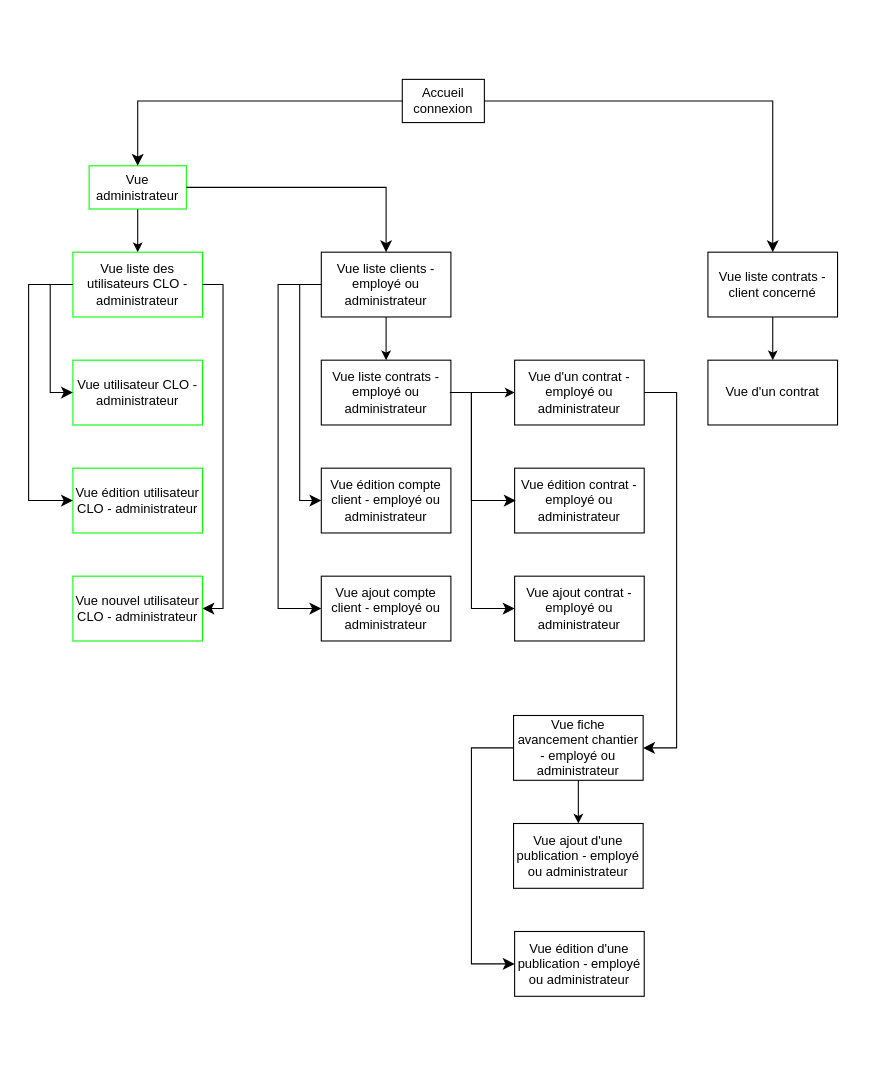
Above: specifications fonctionnelles.drawio in Georges-github/Stage_chez_CLO (draw.io), before the change. Source tidied: cells renumbered, new cells numbered last; positions are measured from the earlier drawing's top-left corner, leaving out a move shared by most shapes. Both pictures are drawn from the tidied source at 108%, with x=0, y=0 at pixel (28, 79).
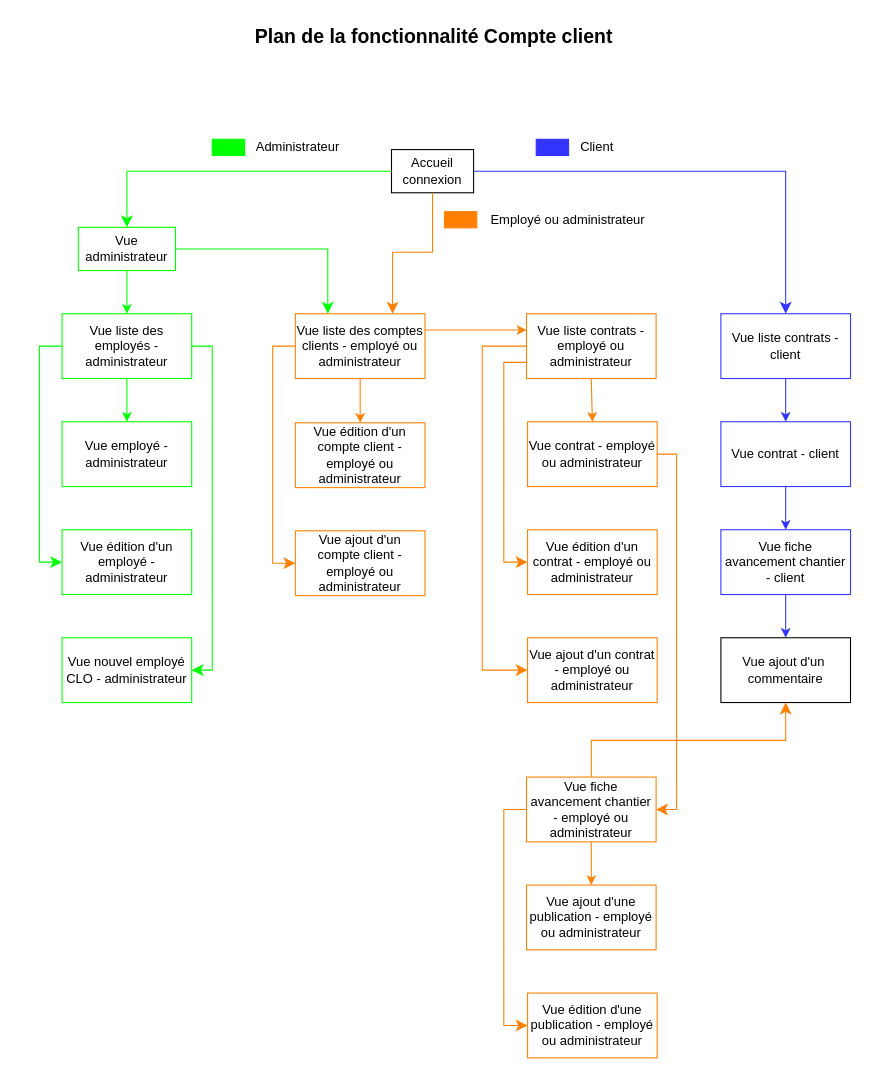
The same diagram, later.

Commit message (it also covers changes not shown here):
Suite du cahier de charges. Diverses corrections Figma, et specifications fonctionnelles.

Change to the diagram source:
```diff
@@
     <mxCell id="2" value="Accueil connexion" style="rounded=0;whiteSpace=wrap;html=1;" parent="1" vertex="1">
-      <mxGeometry x="346" width="76" height="40" as="geometry" />
+      <mxGeometry x="336" y="65" width="76" height="40" as="geometry" />
     </mxCell>
-    <mxCell id="3" style="edgeStyle=none;html=1;entryX=0.5;entryY=0;entryDx=0;entryDy=0;" parent="1" edge="1" source="4" target="5">
+    <mxCell id="3" style="edgeStyle=none;html=1;entryX=0.5;entryY=0;entryDx=0;entryDy=0;strokeColor=#00FF00;" parent="1" edge="1" source="4" target="5">
       <mxGeometry relative="1" as="geometry" />
     </mxCell>
     <mxCell id="4" value="Vue administrateur" style="rounded=0;whiteSpace=wrap;html=1;strokeColor=#00FF00;" parent="1" vertex="1">
-      <mxGeometry x="56" y="80" width="90" height="40" as="geometry" />
+      <mxGeometry x="46" y="137" width="90" height="40" as="geometry" />
     </mxCell>
+    <mxCell id="37" style="edgeStyle=none;html=1;exitX=0.5;exitY=1;exitDx=0;exitDy=0;strokeColor=#00FF00;" parent="1" edge="1" source="5" target="7">
+      <mxGeometry relative="1" as="geometry" />
+    </mxCell>
-    <mxCell id="5" value="Vue liste des utilisateurs CLO - administrateur" style="rounded=0;whiteSpace=wrap;html=1;strokeColor=#00FF00;" parent="1" vertex="1">
-      <mxGeometry x="41" y="160" width="120" height="60" as="geometry" />
+    <mxCell id="5" value="Vue liste des employés - administrateur" style="rounded=0;whiteSpace=wrap;html=1;strokeColor=#00FF00;" parent="1" vertex="1">
+      <mxGeometry x="31" y="217" width="120" height="60" as="geometry" />
     </mxCell>
-    <mxCell id="6" value="Vue édition utilisateur CLO - administrateur" style="rounded=0;whiteSpace=wrap;html=1;strokeColor=#00FF00;" parent="1" vertex="1">
-      <mxGeometry x="41" y="360" width="120" height="60" as="geometry" />
+    <mxCell id="6" value="Vue édition d'un employé&amp;nbsp;&lt;span style=&quot;background-color: transparent;&quot;&gt;- administrateur&lt;/span&gt;" style="rounded=0;whiteSpace=wrap;html=1;strokeColor=#00FF00;" parent="1" vertex="1">
+      <mxGeometry x="31" y="417" width="120" height="60" as="geometry" />
     </mxCell>
-    <mxCell id="7" value="Vue utilisateur CLO - administrateur" style="rounded=0;whiteSpace=wrap;html=1;strokeColor=#00FF00;" parent="1" vertex="1">
-      <mxGeometry x="41" y="260" width="120" height="60" as="geometry" />
+    <mxCell id="7" value="Vue employé - administrateur" style="rounded=0;whiteSpace=wrap;html=1;strokeColor=#00FF00;" parent="1" vertex="1">
+      <mxGeometry x="31" y="317" width="120" height="60" as="geometry" />
     </mxCell>
+    <mxCell id="38" style="edgeStyle=none;html=1;exitX=0.5;exitY=1;exitDx=0;exitDy=0;entryX=0.5;entryY=0;entryDx=0;entryDy=0;strokeColor=#FF8000;" parent="1" edge="1" source="9" target="17">
+      <mxGeometry relative="1" as="geometry" />
+    </mxCell>
-    <mxCell id="8" style="edgeStyle=none;html=1;" parent="1" edge="1" source="9" target="16">
+    <mxCell id="8" style="edgeStyle=none;html=1;exitX=1;exitY=0.25;exitDx=0;exitDy=0;entryX=0;entryY=0.25;entryDx=0;entryDy=0;strokeColor=#FF8000;" parent="1" edge="1" source="9" target="16">
       <mxGeometry relative="1" as="geometry" />
     </mxCell>
-    <mxCell id="9" value="Vue liste clients - employé ou administrateur" style="rounded=0;whiteSpace=wrap;html=1;" parent="1" vertex="1">
-      <mxGeometry x="271" y="160" width="120" height="60" as="geometry" />
+    <mxCell id="9" value="Vue liste des comptes clients - employé ou administrateur" style="rounded=0;whiteSpace=wrap;html=1;strokeColor=#FF8000;" parent="1" vertex="1">
+      <mxGeometry x="247" y="217" width="120" height="60" as="geometry" />
     </mxCell>
-    <mxCell id="10" style="edgeStyle=elbowEdgeStyle;elbow=horizontal;endArrow=classic;html=1;curved=0;rounded=0;endSize=8;startSize=8;exitX=0;exitY=0.5;exitDx=0;exitDy=0;" parent="1" edge="1" source="5">
-      <mxGeometry relative="1" as="geometry">
-        <mxPoint x="41" y="290" as="targetPoint" />
-        <Array as="points">
-          <mxPoint x="20" y="240" />
-        </Array>
-      </mxGeometry>
-    </mxCell>
-    <mxCell id="11" value="Vue nouvel utilisateur CLO - administrateur" style="rounded=0;whiteSpace=wrap;html=1;strokeColor=#00FF00;" parent="1" vertex="1">
-      <mxGeometry x="41" y="460" width="120" height="60" as="geometry" />
+    <mxCell id="11" value="Vue nouvel employé CLO - administrateur" style="rounded=0;whiteSpace=wrap;html=1;strokeColor=#00FF00;" parent="1" vertex="1">
+      <mxGeometry x="31" y="517" width="120" height="60" as="geometry" />
     </mxCell>
-    <mxCell id="12" style="edgeStyle=elbowEdgeStyle;elbow=horizontal;endArrow=classic;html=1;curved=0;rounded=0;endSize=8;startSize=8;exitX=0;exitY=0.5;exitDx=0;exitDy=0;" parent="1" edge="1" source="5">
+    <mxCell id="12" style="edgeStyle=elbowEdgeStyle;elbow=horizontal;endArrow=classic;html=1;curved=0;rounded=0;endSize=8;startSize=8;exitX=0;exitY=0.5;exitDx=0;exitDy=0;strokeColor=#00FF00;" parent="1" edge="1" source="5">
       <mxGeometry relative="1" as="geometry">
-        <mxPoint x="41" y="390" as="targetPoint" />
+        <mxPoint x="31" y="447" as="targetPoint" />
         <Array as="points">
-          <mxPoint y="290" />
+          <mxPoint x="10" y="350" />
         </Array>
       </mxGeometry>
     </mxCell>
-    <mxCell id="13" style="edgeStyle=elbowEdgeStyle;elbow=horizontal;endArrow=classic;html=1;curved=0;rounded=0;endSize=8;startSize=8;entryX=1;entryY=0.5;entryDx=0;entryDy=0;exitX=1;exitY=0.5;exitDx=0;exitDy=0;" parent="1" edge="1" source="5" target="11">
+    <mxCell id="13" style="edgeStyle=elbowEdgeStyle;elbow=horizontal;endArrow=classic;html=1;curved=0;rounded=0;endSize=8;startSize=8;entryX=1;entryY=0.5;entryDx=0;entryDy=0;exitX=1;exitY=0.5;exitDx=0;exitDy=0;strokeColor=#00FF00;" parent="1" edge="1" source="5" target="11">
       <mxGeometry relative="1" as="geometry">
         <Array as="points">
-          <mxPoint x="180" y="340" />
+          <mxPoint x="170" y="397" />
         </Array>
       </mxGeometry>
     </mxCell>
-    <mxCell id="14" style="edgeStyle=elbowEdgeStyle;elbow=vertical;endArrow=classic;html=1;curved=0;rounded=0;endSize=8;startSize=8;entryX=0.5;entryY=0;entryDx=0;entryDy=0;exitX=1;exitY=0.5;exitDx=0;exitDy=0;" parent="1" edge="1" source="4" target="9">
+    <mxCell id="14" style="edgeStyle=elbowEdgeStyle;elbow=vertical;endArrow=classic;html=1;curved=0;rounded=0;endSize=8;startSize=8;exitX=0.5;exitY=1;exitDx=0;exitDy=0;strokeColor=#FF8000;entryX=0.75;entryY=0;entryDx=0;entryDy=0;" parent="1" edge="1" source="2" target="9">
       <mxGeometry relative="1" as="geometry">
         <Array as="points">
-          <mxPoint x="220" y="100" />
+          <mxPoint x="350" y="160" />
         </Array>
       </mxGeometry>
     </mxCell>
-    <mxCell id="15" style="edgeStyle=none;html=1;exitX=1;exitY=0.5;exitDx=0;exitDy=0;entryX=0;entryY=0.5;entryDx=0;entryDy=0;" parent="1" edge="1" source="16" target="25">
+    <mxCell id="15" style="edgeStyle=none;html=1;exitX=0.5;exitY=1;exitDx=0;exitDy=0;entryX=0.5;entryY=0;entryDx=0;entryDy=0;strokeColor=#FF8000;" parent="1" edge="1" source="16" target="25">
       <mxGeometry relative="1" as="geometry" />
     </mxCell>
-    <mxCell id="16" value="Vue liste contrats - employé ou administrateur" style="rounded=0;whiteSpace=wrap;html=1;" parent="1" vertex="1">
-      <mxGeometry x="271" y="260" width="120" height="60" as="geometry" />
+    <mxCell id="16" value="Vue liste contrats - employé ou administrateur" style="rounded=0;whiteSpace=wrap;html=1;strokeColor=#FF8000;" parent="1" vertex="1">
+      <mxGeometry x="461" y="217" width="120" height="60" as="geometry" />
     </mxCell>
-    <mxCell id="17" value="Vue édition compte client - employé ou administrateur" style="rounded=0;whiteSpace=wrap;html=1;" parent="1" vertex="1">
-      <mxGeometry x="271" y="360" width="120" height="60" as="geometry" />
+    <mxCell id="17" value="Vue édition d'un compte client - employé ou administrateur" style="rounded=0;whiteSpace=wrap;html=1;strokeColor=#FF8000;" parent="1" vertex="1">
+      <mxGeometry x="247" y="318" width="120" height="60" as="geometry" />
     </mxCell>
-    <mxCell id="18" style="edgeStyle=elbowEdgeStyle;elbow=horizontal;endArrow=classic;html=1;curved=0;rounded=0;endSize=8;startSize=8;exitX=0;exitY=0.5;exitDx=0;exitDy=0;" parent="1" edge="1" source="9">
-      <mxGeometry relative="1" as="geometry">
-        <mxPoint x="271" y="390" as="targetPoint" />
-        <Array as="points">
-          <mxPoint x="251" y="290" />
-        </Array>
-      </mxGeometry>
-    </mxCell>
-    <mxCell id="19" value="Vue ajout compte client - employé ou administrateur" style="rounded=0;whiteSpace=wrap;html=1;" parent="1" vertex="1">
-      <mxGeometry x="271" y="460" width="120" height="60" as="geometry" />
+    <mxCell id="19" value="Vue ajout d'un compte client - employé ou administrateur" style="rounded=0;whiteSpace=wrap;html=1;strokeColor=#FF8000;" parent="1" vertex="1">
+      <mxGeometry x="247" y="418" width="120" height="60" as="geometry" />
     </mxCell>
-    <mxCell id="20" style="edgeStyle=elbowEdgeStyle;elbow=horizontal;endArrow=classic;html=1;curved=0;rounded=0;endSize=8;startSize=8;exitX=0;exitY=0.5;exitDx=0;exitDy=0;" parent="1" edge="1" source="9">
+    <mxCell id="20" style="edgeStyle=elbowEdgeStyle;elbow=horizontal;endArrow=classic;html=1;curved=0;rounded=0;endSize=8;startSize=8;exitX=0;exitY=0.5;exitDx=0;exitDy=0;entryX=0;entryY=0.5;entryDx=0;entryDy=0;strokeColor=#FF8000;" parent="1" edge="1" source="9" target="19">
       <mxGeometry relative="1" as="geometry">
-        <mxPoint x="271" y="490" as="targetPoint" />
         <Array as="points">
-          <mxPoint x="231" y="520" />
+          <mxPoint x="226" y="350" />
         </Array>
       </mxGeometry>
     </mxCell>
-    <mxCell id="21" style="edgeStyle=none;html=1;entryX=0.5;entryY=0;entryDx=0;entryDy=0;" parent="1" edge="1" source="22" target="30">
+    <mxCell id="21" style="edgeStyle=none;html=1;entryX=0.5;entryY=0;entryDx=0;entryDy=0;strokeColor=#3333FF;" parent="1" edge="1" source="22" target="30">
       <mxGeometry relative="1" as="geometry" />
     </mxCell>
-    <mxCell id="22" value="Vue liste contrats - client concerné" style="rounded=0;whiteSpace=wrap;html=1;" parent="1" vertex="1">
-      <mxGeometry x="629" y="160" width="120" height="60" as="geometry" />
+    <mxCell id="22" value="Vue liste contrats - client" style="rounded=0;whiteSpace=wrap;html=1;strokeColor=#3333FF;" parent="1" vertex="1">
+      <mxGeometry x="641" y="217" width="120" height="60" as="geometry" />
     </mxCell>
-    <mxCell id="23" style="edgeStyle=elbowEdgeStyle;elbow=horizontal;endArrow=classic;html=1;curved=0;rounded=0;endSize=8;startSize=8;entryX=0.5;entryY=0;entryDx=0;entryDy=0;exitX=0;exitY=0.5;exitDx=0;exitDy=0;" parent="1" edge="1" source="2" target="4">
+    <mxCell id="23" style="edgeStyle=elbowEdgeStyle;elbow=horizontal;endArrow=classic;html=1;curved=0;rounded=0;endSize=8;startSize=8;entryX=0.5;entryY=0;entryDx=0;entryDy=0;exitX=0;exitY=0.5;exitDx=0;exitDy=0;strokeColor=#00FF00;" parent="1" edge="1" source="2" target="4">
       <mxGeometry relative="1" as="geometry">
         <Array as="points">
-          <mxPoint x="101" y="20" />
+          <mxPoint x="91" y="77" />
         </Array>
       </mxGeometry>
     </mxCell>
-    <mxCell id="24" value="&lt;span style=&quot;color: rgb(0, 0, 0);&quot;&gt;Vue édition contrat - employé ou administrateur&lt;/span&gt;" style="rounded=0;whiteSpace=wrap;html=1;" parent="1" vertex="1">
-      <mxGeometry x="450" y="360" width="120" height="60" as="geometry" />
+    <mxCell id="24" value="&lt;span style=&quot;color: rgb(0, 0, 0);&quot;&gt;Vue édition d'un contrat - employé ou administrateur&lt;/span&gt;" style="rounded=0;whiteSpace=wrap;html=1;strokeColor=#FF8000;" parent="1" vertex="1">
+      <mxGeometry x="462" y="417" width="120" height="60" as="geometry" />
     </mxCell>
-    <mxCell id="25" value="&lt;span style=&quot;color: rgb(0, 0, 0);&quot;&gt;Vue d'un contrat - employé ou administrateur&lt;/span&gt;" style="rounded=0;whiteSpace=wrap;html=1;" parent="1" vertex="1">
-      <mxGeometry x="450" y="260" width="120" height="60" as="geometry" />
+    <mxCell id="25" value="&lt;span style=&quot;color: rgb(0, 0, 0);&quot;&gt;Vue contrat - employé ou administrateur&lt;/span&gt;" style="rounded=0;whiteSpace=wrap;html=1;strokeColor=#FF8000;" parent="1" vertex="1">
+      <mxGeometry x="462" y="317" width="120" height="60" as="geometry" />
     </mxCell>
-    <mxCell id="26" style="edgeStyle=elbowEdgeStyle;elbow=horizontal;endArrow=classic;html=1;curved=0;rounded=0;endSize=8;startSize=8;" parent="1" edge="1">
-      <mxGeometry relative="1" as="geometry">
-        <mxPoint x="390" y="290" as="sourcePoint" />
-        <mxPoint x="451" y="390" as="targetPoint" />
-        <Array as="points">
-          <mxPoint x="410" y="340" />
-        </Array>
-      </mxGeometry>
-    </mxCell>
-    <mxCell id="27" style="edgeStyle=elbowEdgeStyle;elbow=vertical;endArrow=classic;html=1;curved=0;rounded=0;endSize=8;startSize=8;exitX=1;exitY=0.5;exitDx=0;exitDy=0;entryX=0.5;entryY=0;entryDx=0;entryDy=0;" parent="1" edge="1" source="2" target="22">
-      <mxGeometry relative="1" as="geometry">
-        <Array as="points">
-          <mxPoint x="550" y="20" />
-        </Array>
-      </mxGeometry>
-    </mxCell>
-    <mxCell id="28" value="&lt;span style=&quot;color: rgb(0, 0, 0);&quot;&gt;Vue ajout contrat - employé ou administrateur&lt;/span&gt;" style="rounded=0;whiteSpace=wrap;html=1;" parent="1" vertex="1">
-      <mxGeometry x="450" y="460" width="120" height="60" as="geometry" />
+    <mxCell id="28" value="&lt;span style=&quot;color: rgb(0, 0, 0);&quot;&gt;Vue ajout d'un contrat - employé ou administrateur&lt;/span&gt;" style="rounded=0;whiteSpace=wrap;html=1;strokeColor=#FF8000;" parent="1" vertex="1">
+      <mxGeometry x="462" y="517" width="120" height="60" as="geometry" />
     </mxCell>
-    <mxCell id="29" style="edgeStyle=elbowEdgeStyle;elbow=horizontal;endArrow=classic;html=1;curved=0;rounded=0;endSize=8;startSize=8;exitX=1;exitY=0.5;exitDx=0;exitDy=0;entryX=0;entryY=0.5;entryDx=0;entryDy=0;" parent="1" edge="1" source="16" target="28">
-      <mxGeometry relative="1" as="geometry">
-        <Array as="points">
-          <mxPoint x="410" y="390" />
-        </Array>
-      </mxGeometry>
-    </mxCell>
+    <mxCell id="39" style="edgeStyle=none;html=1;exitX=0.5;exitY=1;exitDx=0;exitDy=0;entryX=0.5;entryY=0;entryDx=0;entryDy=0;strokeColor=#3333FF;" parent="1" edge="1" source="30" target="41">
+      <mxGeometry relative="1" as="geometry" />
+    </mxCell>
-    <mxCell id="30" value="Vue d'un contrat" style="rounded=0;whiteSpace=wrap;html=1;" parent="1" vertex="1">
-      <mxGeometry x="629" y="260" width="120" height="60" as="geometry" />
+    <mxCell id="30" value="Vue contrat - client" style="rounded=0;whiteSpace=wrap;html=1;strokeColor=#3333FF;" parent="1" vertex="1">
+      <mxGeometry x="641" y="317" width="120" height="60" as="geometry" />
     </mxCell>
-    <mxCell id="31" style="edgeStyle=none;html=1;" parent="1" edge="1" source="32" target="34">
+    <mxCell id="31" style="edgeStyle=none;html=1;strokeColor=#FF8000;" parent="1" edge="1" source="32" target="34">
       <mxGeometry relative="1" as="geometry" />
     </mxCell>
-    <mxCell id="32" value="Vue fiche avancement chantier - employé ou administrateur" style="rounded=0;whiteSpace=wrap;html=1;" parent="1" vertex="1">
-      <mxGeometry x="449" y="589" width="120" height="60" as="geometry" />
+    <mxCell id="32" value="Vue fiche avancement chantier - employé ou administrateur" style="rounded=0;whiteSpace=wrap;html=1;strokeColor=#FF8000;" parent="1" vertex="1">
+      <mxGeometry x="461" y="646" width="120" height="60" as="geometry" />
     </mxCell>
-    <mxCell id="33" style="edgeStyle=elbowEdgeStyle;elbow=horizontal;endArrow=classic;html=1;curved=0;rounded=0;endSize=8;startSize=8;exitX=1;exitY=0.5;exitDx=0;exitDy=0;entryX=1;entryY=0.5;entryDx=0;entryDy=0;" parent="1" edge="1" source="25" target="32">
+    <mxCell id="33" style="edgeStyle=elbowEdgeStyle;elbow=horizontal;endArrow=classic;html=1;curved=0;rounded=0;endSize=8;startSize=8;exitX=1;exitY=0.5;exitDx=0;exitDy=0;entryX=1;entryY=0.5;entryDx=0;entryDy=0;strokeColor=#FF8000;" parent="1" edge="1" source="25" target="32">
       <mxGeometry relative="1" as="geometry">
         <Array as="points">
-          <mxPoint x="600" y="440" />
+          <mxPoint x="600" y="510" />
         </Array>
       </mxGeometry>
     </mxCell>
-    <mxCell id="34" value="Vue ajout d'une publication - employé ou administrateur" style="rounded=0;whiteSpace=wrap;html=1;" parent="1" vertex="1">
-      <mxGeometry x="449" y="689" width="120" height="60" as="geometry" />
+    <mxCell id="34" value="Vue ajout d'une publication - employé ou administrateur" style="rounded=0;whiteSpace=wrap;html=1;strokeColor=#FF8000;" parent="1" vertex="1">
+      <mxGeometry x="461" y="746" width="120" height="60" as="geometry" />
     </mxCell>
-    <mxCell id="35" value="Vue édition d'une publication - employé ou administrateur" style="rounded=0;whiteSpace=wrap;html=1;" parent="1" vertex="1">
-      <mxGeometry x="450" y="789" width="120" height="60" as="geometry" />
+    <mxCell id="35" value="Vue édition d'une publication - employé ou administrateur" style="rounded=0;whiteSpace=wrap;html=1;strokeColor=#FF8000;" parent="1" vertex="1">
+      <mxGeometry x="462" y="846" width="120" height="60" as="geometry" />
     </mxCell>
-    <mxCell id="36" style="edgeStyle=elbowEdgeStyle;elbow=horizontal;endArrow=classic;html=1;curved=0;rounded=0;endSize=8;startSize=8;exitX=0;exitY=0.5;exitDx=0;exitDy=0;entryX=0;entryY=0.5;entryDx=0;entryDy=0;" parent="1" edge="1" source="32" target="35">
+    <mxCell id="36" style="edgeStyle=elbowEdgeStyle;elbow=horizontal;endArrow=classic;html=1;curved=0;rounded=0;endSize=8;startSize=8;exitX=0;exitY=0.5;exitDx=0;exitDy=0;entryX=0;entryY=0.5;entryDx=0;entryDy=0;strokeColor=#FF8000;" parent="1" edge="1" source="32" target="35">
       <mxGeometry relative="1" as="geometry">
         <Array as="points">
-          <mxPoint x="410" y="719" />
+          <mxPoint x="440" y="780" />
         </Array>
       </mxGeometry>
     </mxCell>
+    <mxCell id="40" style="edgeStyle=none;html=1;exitX=0.5;exitY=1;exitDx=0;exitDy=0;entryX=0.5;entryY=0;entryDx=0;entryDy=0;strokeColor=#3333FF;" parent="1" edge="1" source="41" target="42">
+      <mxGeometry relative="1" as="geometry" />
+    </mxCell>
+    <mxCell id="41" value="Vue fiche avancement chantier - client" style="rounded=0;whiteSpace=wrap;html=1;strokeColor=#3333FF;" parent="1" vertex="1">
+      <mxGeometry x="641" y="417" width="120" height="60" as="geometry" />
+    </mxCell>
+    <mxCell id="42" value="Vue ajout d'un&amp;nbsp; commentaire" style="rounded=0;whiteSpace=wrap;html=1;" parent="1" vertex="1">
+      <mxGeometry x="641" y="517" width="120" height="60" as="geometry" />
+    </mxCell>
+    <mxCell id="43" style="edgeStyle=elbowEdgeStyle;elbow=vertical;endArrow=classic;html=1;curved=0;rounded=0;endSize=8;startSize=8;entryX=0.5;entryY=1;entryDx=0;entryDy=0;exitX=0.5;exitY=0;exitDx=0;exitDy=0;strokeColor=#FF8000;" parent="1" edge="1" source="32" target="42">
+      <mxGeometry relative="1" as="geometry" />
+    </mxCell>
+    <mxCell id="44" value="&lt;span style=&quot;color: rgb(0, 0, 0); text-wrap-mode: wrap;&quot;&gt;Administrateur&lt;/span&gt;" style="text;html=1;align=center;verticalAlign=middle;strokeColor=none;fillColor=none;" parent="1" vertex="1">
+      <mxGeometry x="199" y="48" width="100" height="30" as="geometry" />
+    </mxCell>
+    <mxCell id="45" value="&lt;span style=&quot;color: rgb(0, 0, 0); text-wrap-mode: wrap;&quot;&gt;Client&lt;/span&gt;" style="text;html=1;align=center;verticalAlign=middle;strokeColor=none;fillColor=none;" parent="1" vertex="1">
+      <mxGeometry x="501" y="48" width="50" height="30" as="geometry" />
+    </mxCell>
+    <mxCell id="46" style="rounded=0;whiteSpace=wrap;html=1;strokeColor=#3333FF;fillColor=#3333FF;" parent="1" vertex="1">
+      <mxGeometry x="470" y="55.5" width="30" height="15" as="geometry" />
+    </mxCell>
+    <mxCell id="47" style="rounded=0;whiteSpace=wrap;html=1;strokeColor=#00FF00;fillColor=#00FF00;" parent="1" vertex="1">
+      <mxGeometry x="170" y="55.5" width="30" height="15" as="geometry" />
+    </mxCell>
+    <mxCell id="48" style="rounded=0;whiteSpace=wrap;html=1;strokeColor=#FF8000;fillColor=#FF8000;" parent="1" vertex="1">
+      <mxGeometry x="385" y="122.5" width="30" height="15" as="geometry" />
+    </mxCell>
+    <mxCell id="49" value="Employé ou administrateur" style="text;html=1;align=center;verticalAlign=middle;strokeColor=none;fillColor=none;" parent="1" vertex="1">
+      <mxGeometry x="418" y="117" width="161" height="26" as="geometry" />
+    </mxCell>
+    <mxCell id="50" style="edgeStyle=elbowEdgeStyle;elbow=horizontal;endArrow=classic;html=1;curved=0;rounded=0;endSize=8;startSize=8;entryX=0;entryY=0.5;entryDx=0;entryDy=0;exitX=0;exitY=0.75;exitDx=0;exitDy=0;strokeColor=#FF8000;" parent="1" edge="1" source="16" target="24">
+      <mxGeometry relative="1" as="geometry">
+        <Array as="points">
+          <mxPoint x="440" y="350" />
+        </Array>
+      </mxGeometry>
+    </mxCell>
+    <mxCell id="29" style="edgeStyle=elbowEdgeStyle;elbow=horizontal;endArrow=classic;html=1;curved=0;rounded=0;endSize=8;startSize=8;exitX=0;exitY=0.5;exitDx=0;exitDy=0;entryX=0;entryY=0.5;entryDx=0;entryDy=0;strokeColor=#FF8000;" parent="1" edge="1" source="16" target="28">
+      <mxGeometry relative="1" as="geometry">
+        <Array as="points">
+          <mxPoint x="420" y="410" />
+        </Array>
+      </mxGeometry>
+    </mxCell>
+    <mxCell id="51" style="edgeStyle=elbowEdgeStyle;elbow=vertical;endArrow=classic;html=1;curved=0;rounded=0;endSize=8;startSize=8;entryX=0.25;entryY=0;entryDx=0;entryDy=0;exitX=1;exitY=0.5;exitDx=0;exitDy=0;strokeColor=#00FF00;" parent="1" edge="1" source="4" target="9">
+      <mxGeometry relative="1" as="geometry">
+        <Array as="points">
+          <mxPoint x="210" y="157" />
+        </Array>
+      </mxGeometry>
+    </mxCell>
+    <mxCell id="52" value="&lt;font style=&quot;font-size: 18px;&quot;&gt;&lt;b&gt;Plan de la fonctionnalité Compte client&lt;/b&gt;&lt;/font&gt;" style="text;html=1;align=center;verticalAlign=middle;strokeColor=none;fillColor=none;" parent="1" vertex="1">
+      <mxGeometry x="200" y="-56" width="349" height="34" as="geometry" />
+    </mxCell>
+    <mxCell id="27" style="edgeStyle=segmentEdgeStyle;endArrow=classic;html=1;curved=0;rounded=0;endSize=8;startSize=8;entryX=0.5;entryY=0;entryDx=0;entryDy=0;exitX=1;exitY=0.5;exitDx=0;exitDy=0;strokeColor=#3333FF;" parent="1" edge="1" source="2" target="22">
+      <mxGeometry relative="1" as="geometry" />
+    </mxCell>
```
